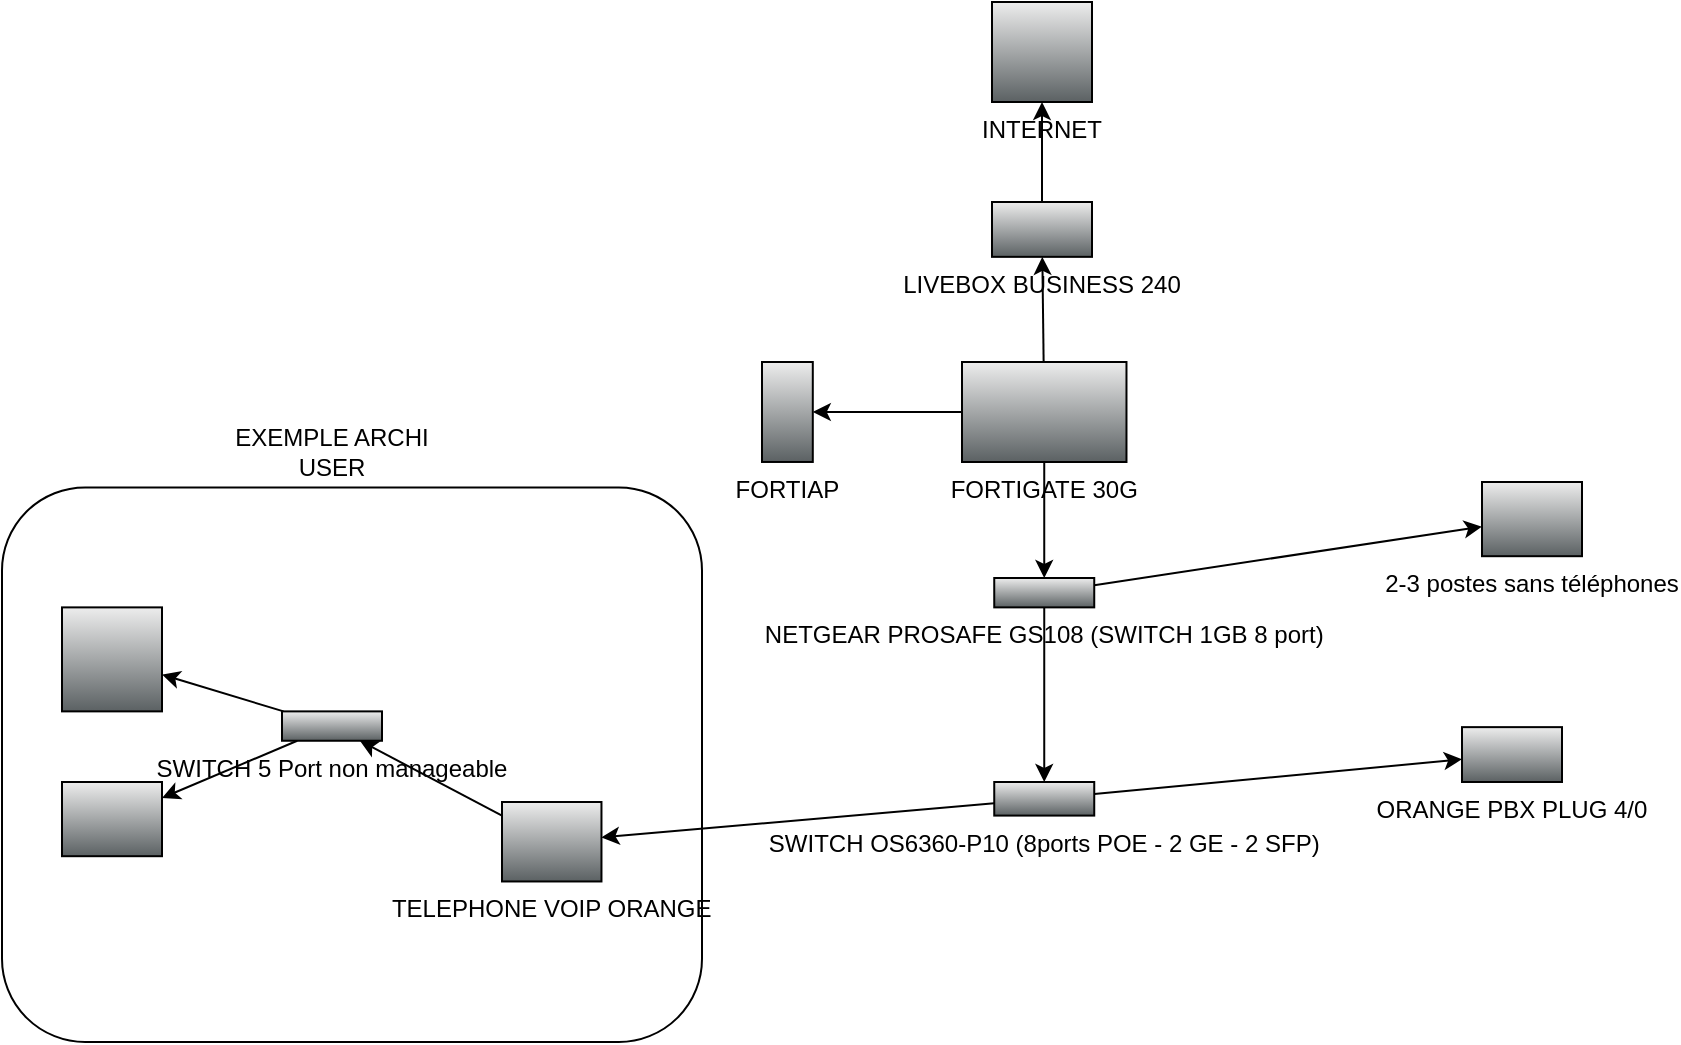
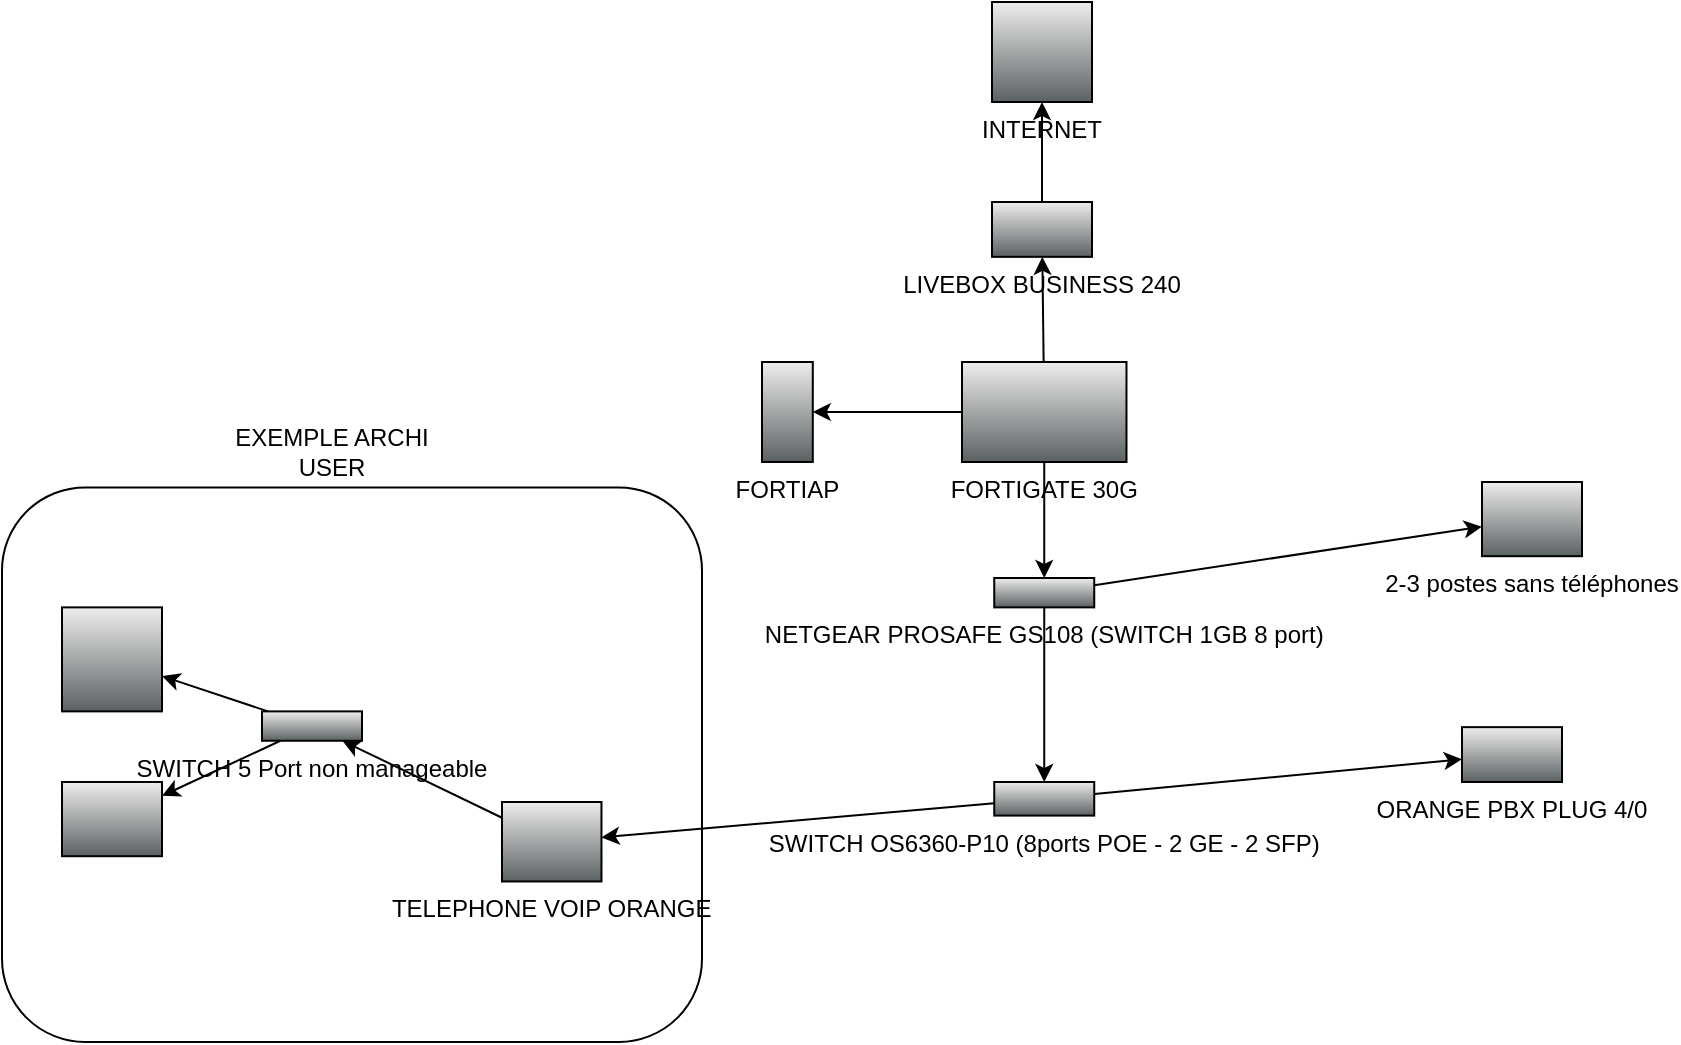
<mxfile host="app.diagrams.net">
  <diagram name="Page-1" id="SNd0UjQyqeZxcuwc7g9k">
    <mxGraphModel dx="1861" dy="1857" grid="1" gridSize="10" guides="1" tooltips="1" connect="1" arrows="1" fold="1" page="1" pageScale="1" pageWidth="850" pageHeight="1100" math="0" shadow="0">
      <root>
        <mxCell id="0" />
        <mxCell id="1" parent="0" />
        <mxCell id="WL_giqyDlNfbUev0t1YI-1" parent="1" style="rounded=1;whiteSpace=wrap;html=1;" value="" vertex="1">
          <mxGeometry height="277.31" width="350" x="-120" y="182.69" as="geometry" />
        </mxCell>
        <mxCell id="lPvuPijrXA5V_kjDJQ-a-10" edge="1" parent="1" source="lPvuPijrXA5V_kjDJQ-a-1" style="edgeStyle=none;rounded=0;orthogonalLoop=1;jettySize=auto;html=1;" target="lPvuPijrXA5V_kjDJQ-a-9" value="">
          <mxGeometry relative="1" as="geometry" />
        </mxCell>
        <mxCell id="lPvuPijrXA5V_kjDJQ-a-11" edge="1" parent="1" source="lPvuPijrXA5V_kjDJQ-a-1" style="edgeStyle=none;rounded=0;orthogonalLoop=1;jettySize=auto;html=1;" target="lPvuPijrXA5V_kjDJQ-a-5" value="">
          <mxGeometry relative="1" as="geometry" />
        </mxCell>
        <mxCell id="lPvuPijrXA5V_kjDJQ-a-15" edge="1" parent="1" source="lPvuPijrXA5V_kjDJQ-a-1" style="edgeStyle=none;rounded=0;orthogonalLoop=1;jettySize=auto;html=1;" target="lPvuPijrXA5V_kjDJQ-a-6" value="">
          <mxGeometry relative="1" as="geometry" />
        </mxCell>
        <mxCell id="lPvuPijrXA5V_kjDJQ-a-1" parent="1" style="shape=mxgraph.networks2.icon;aspect=fixed;fillColor=#EDEDED;strokeColor=#000000;gradientColor=#5B6163;network2IconShadow=1;network2bgFillColor=none;labelPosition=center;verticalLabelPosition=bottom;align=center;verticalAlign=top;network2Icon=mxgraph.networks2.firewall;network2IconXOffset=0.0001;network2IconYOffset=0.0001;network2IconW=1;network2IconH=0.608;" value="FORTIGATE 30G" vertex="1">
          <mxGeometry height="50" width="82.24" x="360" y="120" as="geometry" />
        </mxCell>
        <mxCell id="lPvuPijrXA5V_kjDJQ-a-2" parent="1" style="shape=mxgraph.networks2.icon;aspect=fixed;fillColor=#EDEDED;strokeColor=#000000;gradientColor=#5B6163;network2IconShadow=1;network2bgFillColor=none;labelPosition=center;verticalLabelPosition=bottom;align=center;verticalAlign=top;network2Icon=mxgraph.networks2.globe;network2IconW=1;network2IconH=1;" value="INTERNET" vertex="1">
          <mxGeometry height="50" width="50" x="375" y="-60" as="geometry" />
        </mxCell>
        <mxCell id="lPvuPijrXA5V_kjDJQ-a-4" parent="1" style="fillColorStyles=neutralFill;neutralFill=#9DA6A8;shape=mxgraph.networks2.icon;aspect=fixed;fillColor=#EDEDED;strokeColor=#000000;gradientColor=#5B6163;network2IconShadow=1;network2bgFillColor=none;labelPosition=center;verticalLabelPosition=bottom;align=center;verticalAlign=top;network2Icon=mxgraph.networks2.wireless_hub;network2IconYOffset=-0.1142;network2IconW=1;network2IconH=0.5485;" value="ORANGE PBX PLUG 4/0" vertex="1">
          <mxGeometry height="27.425" width="50" x="610" y="302.57" as="geometry" />
        </mxCell>
        <mxCell id="lPvuPijrXA5V_kjDJQ-a-12" edge="1" parent="1" source="lPvuPijrXA5V_kjDJQ-a-5" style="edgeStyle=none;rounded=0;orthogonalLoop=1;jettySize=auto;html=1;" target="lPvuPijrXA5V_kjDJQ-a-2" value="">
          <mxGeometry relative="1" as="geometry" />
        </mxCell>
        <mxCell id="lPvuPijrXA5V_kjDJQ-a-5" parent="1" style="fillColorStyles=neutralFill;neutralFill=#9DA6A8;shape=mxgraph.networks2.icon;aspect=fixed;fillColor=#EDEDED;strokeColor=#000000;gradientColor=#5B6163;network2IconShadow=1;network2bgFillColor=none;labelPosition=center;verticalLabelPosition=bottom;align=center;verticalAlign=top;network2Icon=mxgraph.networks2.wireless_hub;network2IconYOffset=-0.1142;network2IconW=1;network2IconH=0.5485;" value="LIVEBOX BUSINESS 240" vertex="1">
          <mxGeometry height="27.425" width="50" x="375" y="39.999999999999986" as="geometry" />
        </mxCell>
        <mxCell id="lPvuPijrXA5V_kjDJQ-a-16" edge="1" parent="1" source="lPvuPijrXA5V_kjDJQ-a-6" style="edgeStyle=none;rounded=0;orthogonalLoop=1;jettySize=auto;html=1;" target="lPvuPijrXA5V_kjDJQ-a-14" value="">
          <mxGeometry relative="1" as="geometry" />
        </mxCell>
        <mxCell id="WL_giqyDlNfbUev0t1YI-4" edge="1" parent="1" source="lPvuPijrXA5V_kjDJQ-a-6" style="edgeStyle=none;rounded=0;orthogonalLoop=1;jettySize=auto;html=1;" target="WL_giqyDlNfbUev0t1YI-3" value="">
          <mxGeometry relative="1" as="geometry" />
        </mxCell>
        <mxCell id="lPvuPijrXA5V_kjDJQ-a-6" parent="1" style="fillColorStyles=neutralFill;neutralFill=#9DA6A8;shape=mxgraph.networks2.icon;aspect=fixed;fillColor=#EDEDED;strokeColor=#000000;gradientColor=#5B6163;network2IconShadow=1;network2bgFillColor=none;labelPosition=center;verticalLabelPosition=bottom;align=center;verticalAlign=top;network2Icon=mxgraph.networks2.hub;network2IconXOffset=0.0001;network2IconYOffset=0.0129;network2IconW=1;network2IconH=0.2938;" value="NETGEAR PROSAFE GS108 (SWITCH 1GB 8 port)" vertex="1">
          <mxGeometry height="14.69" width="50" x="376.12" y="228.00000000000003" as="geometry" />
        </mxCell>
        <mxCell id="lPvuPijrXA5V_kjDJQ-a-9" parent="1" style="shape=mxgraph.networks2.icon;aspect=fixed;fillColor=#EDEDED;strokeColor=#000000;gradientColor=#5B6163;network2IconShadow=1;network2bgFillColor=none;labelPosition=center;verticalLabelPosition=bottom;align=center;verticalAlign=top;network2Icon=mxgraph.networks2.antenna;network2IconYOffset=0.0004;network2IconW=0.508;network2IconH=0.9997;" value="FORTIAP" vertex="1">
          <mxGeometry height="49.985" width="25.4" x="260" y="120" as="geometry" />
        </mxCell>
        <mxCell id="lPvuPijrXA5V_kjDJQ-a-18" edge="1" parent="1" source="lPvuPijrXA5V_kjDJQ-a-14" style="edgeStyle=none;rounded=0;orthogonalLoop=1;jettySize=auto;html=1;" target="lPvuPijrXA5V_kjDJQ-a-17" value="">
          <mxGeometry relative="1" as="geometry" />
        </mxCell>
        <mxCell id="lPvuPijrXA5V_kjDJQ-a-26" edge="1" parent="1" source="lPvuPijrXA5V_kjDJQ-a-14" style="edgeStyle=none;rounded=0;orthogonalLoop=1;jettySize=auto;html=1;" target="lPvuPijrXA5V_kjDJQ-a-4" value="">
          <mxGeometry relative="1" as="geometry" />
        </mxCell>
        <mxCell id="lPvuPijrXA5V_kjDJQ-a-14" parent="1" style="shape=mxgraph.networks2.icon;aspect=fixed;fillColor=#EDEDED;strokeColor=#000000;gradientColor=#5B6163;network2IconShadow=1;network2bgFillColor=none;labelPosition=center;verticalLabelPosition=bottom;align=center;verticalAlign=top;network2Icon=mxgraph.networks2.patch_panel;network2IconXOffset=0.0001;network2IconYOffset=-0.0211;network2IconW=1;network2IconH=0.3359;" value="SWITCH OS6360-P10 (8ports POE - 2 GE - 2 SFP)" vertex="1">
          <mxGeometry height="16.794999999999998" width="50" x="376.12" y="330" as="geometry" />
        </mxCell>
        <mxCell id="lPvuPijrXA5V_kjDJQ-a-20" edge="1" parent="1" source="lPvuPijrXA5V_kjDJQ-a-17" style="edgeStyle=none;rounded=0;orthogonalLoop=1;jettySize=auto;html=1;" target="lPvuPijrXA5V_kjDJQ-a-19" value="">
          <mxGeometry relative="1" as="geometry" />
        </mxCell>
        <mxCell id="lPvuPijrXA5V_kjDJQ-a-17" parent="1" style="shape=mxgraph.networks2.icon;aspect=fixed;fillColor=#EDEDED;strokeColor=#000000;gradientColor=#5B6163;network2IconShadow=1;network2bgFillColor=none;labelPosition=center;verticalLabelPosition=bottom;align=center;verticalAlign=top;network2Icon=mxgraph.networks2.phone;network2IconXOffset=0.0009;network2IconYOffset=-0.0064;network2IconW=0.9947;network2IconH=0.7947;" value="TELEPHONE VOIP ORANGE" vertex="1">
          <mxGeometry height="39.735" width="49.735" x="130" y="340" as="geometry" />
        </mxCell>
        <mxCell id="lPvuPijrXA5V_kjDJQ-a-22" edge="1" parent="1" source="lPvuPijrXA5V_kjDJQ-a-19" style="edgeStyle=none;rounded=0;orthogonalLoop=1;jettySize=auto;html=1;" target="lPvuPijrXA5V_kjDJQ-a-21" value="">
          <mxGeometry relative="1" as="geometry" />
        </mxCell>
        <mxCell id="lPvuPijrXA5V_kjDJQ-a-25" edge="1" parent="1" source="lPvuPijrXA5V_kjDJQ-a-19" style="edgeStyle=none;rounded=0;orthogonalLoop=1;jettySize=auto;html=1;" target="lPvuPijrXA5V_kjDJQ-a-24" value="">
          <mxGeometry relative="1" as="geometry" />
        </mxCell>
        <mxCell id="lPvuPijrXA5V_kjDJQ-a-19" parent="1" style="fillColorStyles=neutralFill;neutralFill=#9DA6A8;shape=mxgraph.networks2.icon;aspect=fixed;fillColor=#EDEDED;strokeColor=#000000;gradientColor=#5B6163;network2IconShadow=1;network2bgFillColor=none;labelPosition=center;verticalLabelPosition=bottom;align=center;verticalAlign=top;network2Icon=mxgraph.networks2.hub;network2IconXOffset=0.0001;network2IconYOffset=0.0129;network2IconW=1;network2IconH=0.2938;" value="SWITCH 5 Port non manageable" vertex="1">
-           <mxGeometry height="14.69" width="50" x="20" y="294.69" as="geometry" />
+           <mxGeometry height="14.69" width="50" x="10" y="294.69" as="geometry" />
        </mxCell>
        <mxCell id="lPvuPijrXA5V_kjDJQ-a-21" parent="1" style="shape=mxgraph.networks2.icon;aspect=fixed;fillColor=#EDEDED;strokeColor=#000000;gradientColor=#5B6163;network2IconShadow=1;network2bgFillColor=none;labelPosition=center;verticalLabelPosition=bottom;align=center;verticalAlign=top;network2Icon=mxgraph.networks2.monitor;network2IconYOffset=-0.009;network2IconW=1;network2IconH=0.742;" value="" vertex="1">
          <mxGeometry height="37.1" width="50" x="-90" y="330" as="geometry" />
        </mxCell>
        <mxCell id="lPvuPijrXA5V_kjDJQ-a-24" parent="1" style="fillColorStyles=neutralFill;neutralFill=#9DA6A8;shape=mxgraph.networks2.icon;aspect=fixed;fillColor=#EDEDED;strokeColor=#000000;gradientColor=#5B6163;network2IconShadow=1;network2bgFillColor=none;labelPosition=center;verticalLabelPosition=bottom;align=center;verticalAlign=top;network2Icon=mxgraph.networks2.printer;network2IconW=1;network2IconH=1.04;" value="" vertex="1">
          <mxGeometry height="52" width="50" x="-90" y="242.69000000000003" as="geometry" />
        </mxCell>
        <mxCell id="WL_giqyDlNfbUev0t1YI-2" parent="1" style="text;html=1;whiteSpace=wrap;strokeColor=none;fillColor=none;align=center;verticalAlign=middle;rounded=0;" value="EXEMPLE ARCHI USER" vertex="1">
          <mxGeometry height="30" width="110" x="-10" y="150" as="geometry" />
        </mxCell>
        <mxCell id="WL_giqyDlNfbUev0t1YI-3" parent="1" style="shape=mxgraph.networks2.icon;aspect=fixed;fillColor=#EDEDED;strokeColor=#000000;gradientColor=#5B6163;network2IconShadow=1;network2bgFillColor=none;labelPosition=center;verticalLabelPosition=bottom;align=center;verticalAlign=top;network2Icon=mxgraph.networks2.monitor;network2IconYOffset=-0.009;network2IconW=1;network2IconH=0.742;" value="2-3 postes sans téléphones" vertex="1">
          <mxGeometry height="37.1" width="50" x="620" y="180" as="geometry" />
        </mxCell>
      </root>
    </mxGraphModel>
  </diagram>
</mxfile>
